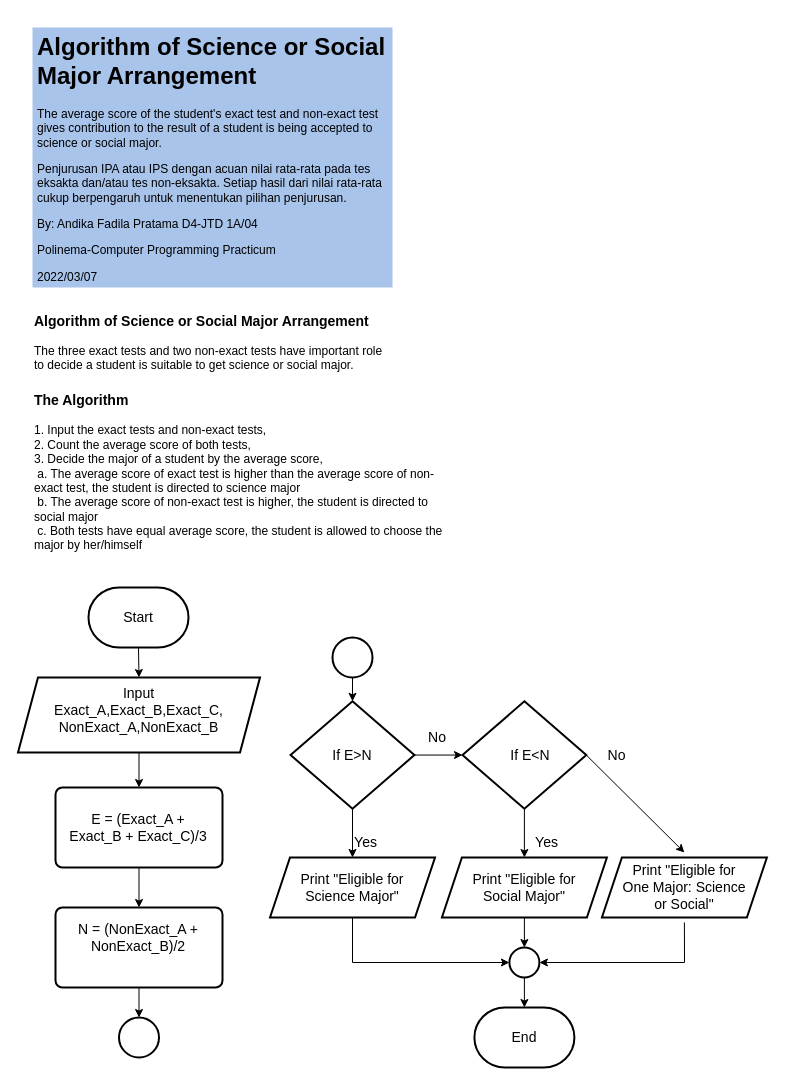
The draw.io diagram Algorithm of a Student's Major Arrangement.drawio in troders34/troders34, before the edit. Source tidied: cells renumbered, new cells numbered last; positions are measured from the earlier drawing's top-left corner, leaving out a move shared by most shapes. Both pictures are drawn from the tidied source at 100%, with x=0, y=0 at pixel (18, 27).
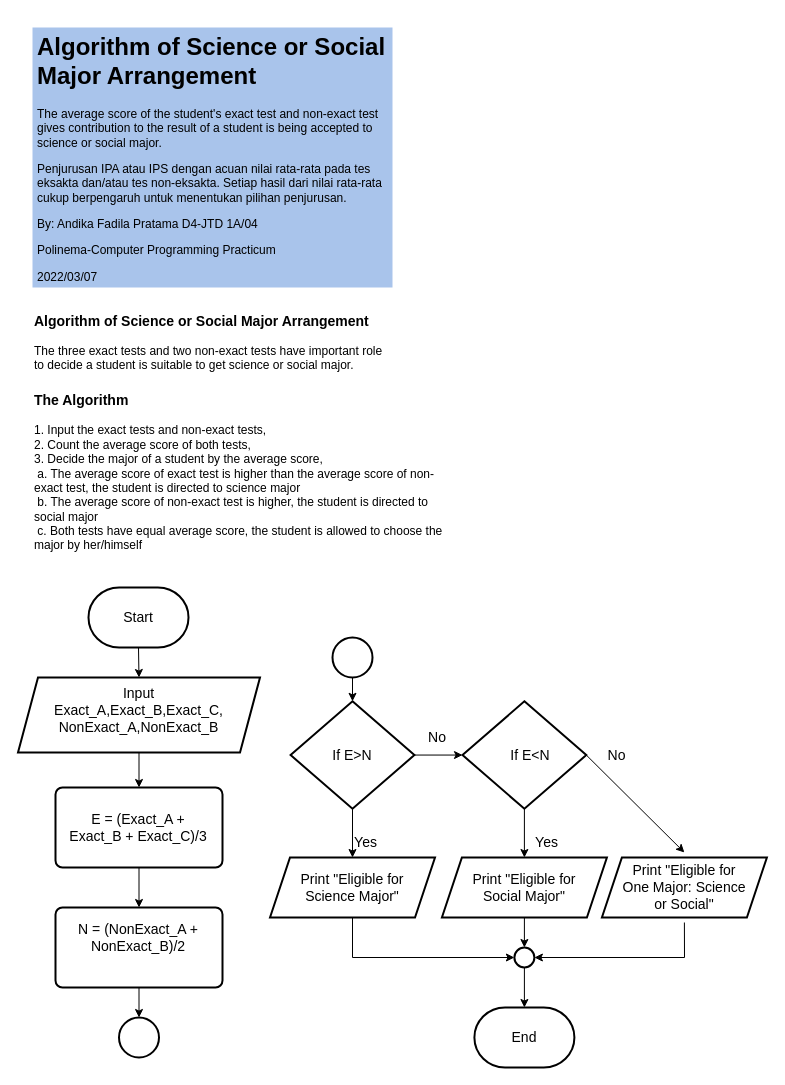
After the change.

Unchanged cells that the change refers to:
```xml
<mxCell id="3" style="shape=parallelogram;perimeter=parallelogramPerimeter;whiteSpace=wrap;html=1;fixedSize=1;fontSize=14;strokeWidth=2;fillColor=none;" parent="1" vertex="1">
  <mxGeometry x="251.5" y="830" width="165" height="60" as="geometry" />
</mxCell>
<mxCell id="36" value="Print &quot;Eligible for One Major: Science or Social&quot;" style="text;html=1;strokeColor=none;fillColor=none;align=center;verticalAlign=middle;whiteSpace=wrap;rounded=0;fontSize=14;" parent="1" vertex="1">
  <mxGeometry x="600.9" y="825" width="130" height="70" as="geometry" />
</mxCell>
```

Change to the diagram source:
```diff
@@
-    <mxCell id="40" style="ellipse;whiteSpace=wrap;html=1;fontSize=14;strokeWidth=2;fillColor=none;" parent="1" vertex="1">
-      <mxGeometry x="490.9" y="920" width="30" height="30" as="geometry" />
+    <mxCell id="40" style="ellipse;whiteSpace=wrap;html=1;fontSize=14;strokeWidth=2;fillColor=default;" parent="1" vertex="1">
+      <mxGeometry x="495.9" y="920" width="20" height="20" as="geometry" />
     </mxCell>
     <mxCell id="41" style="endArrow=classic;html=1;rounded=0;exitX=0.5;exitY=1;exitDx=0;exitDy=0;entryX=0;entryY=0.5;entryDx=0;entryDy=0;" parent="1" edge="1" source="3" target="40">
       <mxGeometry relative="1" as="geometry">
         <Array as="points">
-          <mxPoint x="334" y="935" />
+          <mxPoint x="334" y="930" />
         </Array>
       </mxGeometry>
     </mxCell>
@@
     <mxCell id="43" style="endArrow=classic;html=1;rounded=0;exitX=0.5;exitY=1;exitDx=0;exitDy=0;entryX=1;entryY=0.5;entryDx=0;entryDy=0;" parent="1" edge="1" source="36" target="40">
       <mxGeometry relative="1" as="geometry">
         <Array as="points">
-          <mxPoint x="666" y="935" />
+          <mxPoint x="666" y="930" />
         </Array>
       </mxGeometry>
     </mxCell>
```
